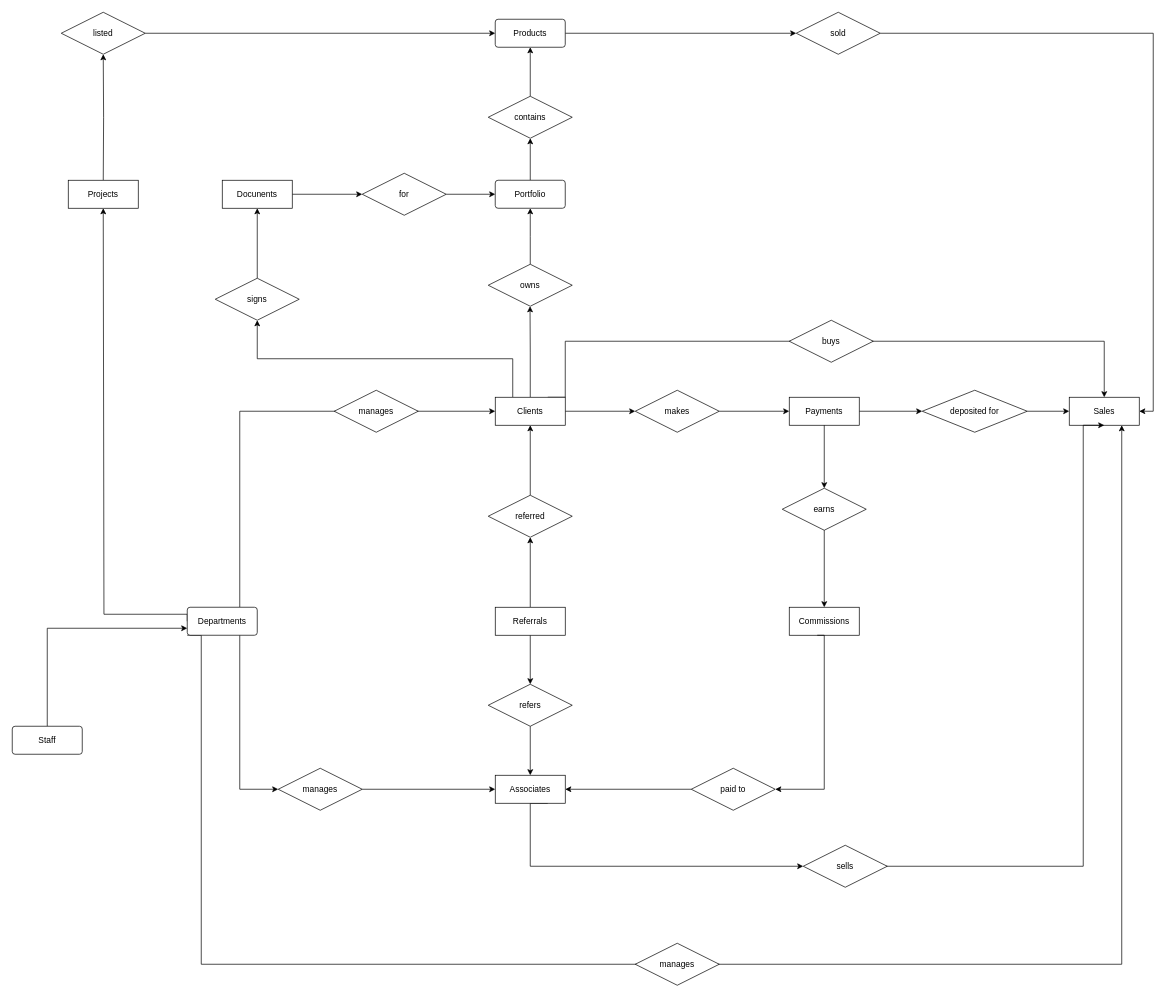
Earlier version of the draw.io diagram Untitled Diagram.drawio (TolulopeBabajide/UOR). Source tidied: cells renumbered, new cells numbered last; positions are measured from the earlier drawing's top-left corner, leaving out a move shared by most shapes. Both pictures are drawn from the tidied source at 70%, with x=0, y=0 at pixel (12, 12).
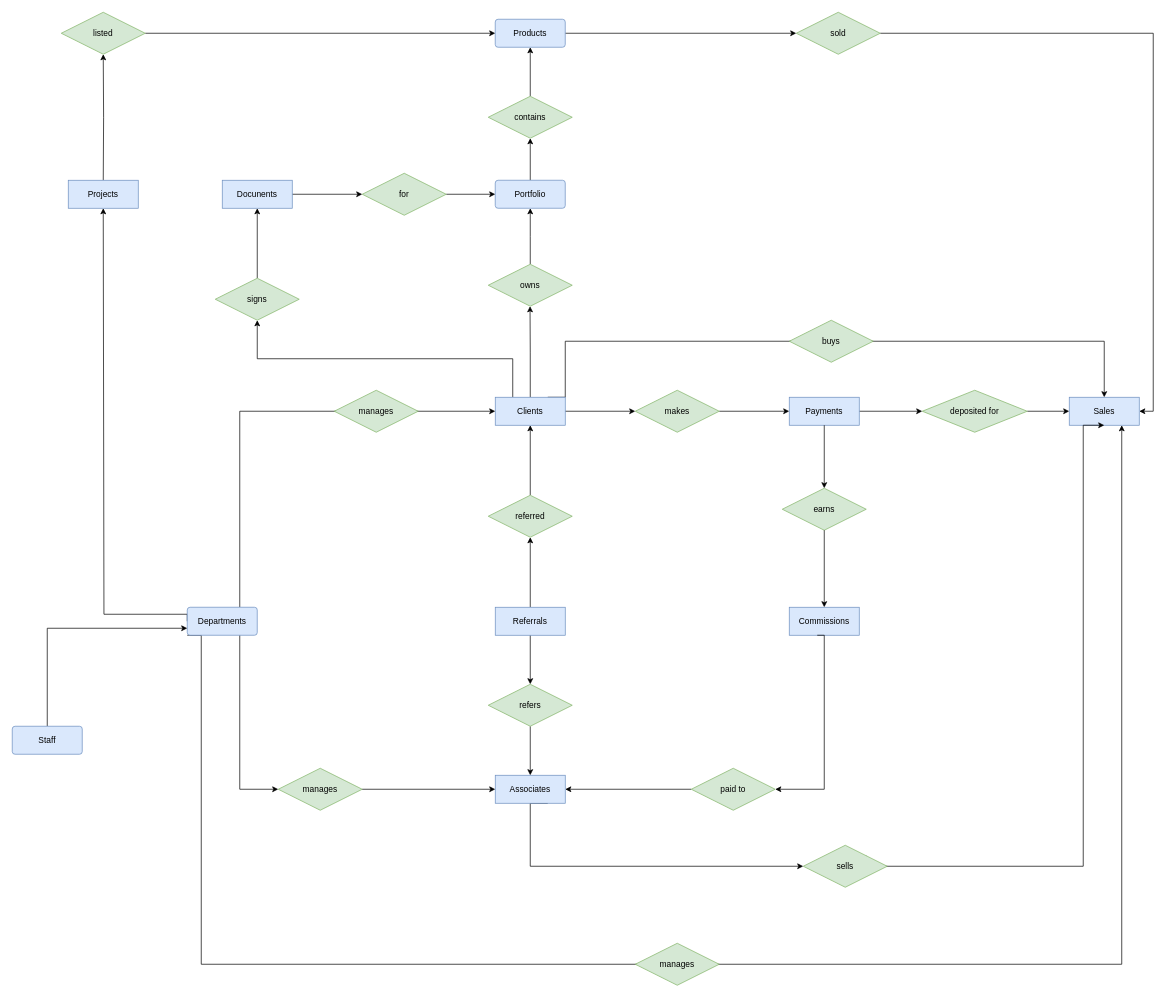
The same diagram, later.

Commit message:
differentiate entities from relationships with color

Diff of the diagram source:
```diff
@@
-    <mxCell id="6" value="Clients" style="whiteSpace=wrap;html=1;align=center;" parent="1" vertex="1">
+    <mxCell id="6" value="Clients" style="whiteSpace=wrap;html=1;align=center;fillColor=#dae8fc;strokeColor=#6c8ebf;" parent="1" vertex="1">
       <mxGeometry x="690" y="550" width="100" height="40" as="geometry" />
     </mxCell>
@@
-    <mxCell id="8" value="makes" style="shape=rhombus;perimeter=rhombusPerimeter;whiteSpace=wrap;html=1;align=center;" parent="1" vertex="1">
+    <mxCell id="8" value="makes" style="shape=rhombus;perimeter=rhombusPerimeter;whiteSpace=wrap;html=1;align=center;fillColor=#d5e8d4;strokeColor=#82b366;" parent="1" vertex="1">
       <mxGeometry x="890" y="540" width="120" height="60" as="geometry" />
     </mxCell>
@@
-    <mxCell id="10" value="Payments" style="whiteSpace=wrap;html=1;align=center;" parent="1" vertex="1">
+    <mxCell id="10" value="Payments" style="whiteSpace=wrap;html=1;align=center;fillColor=#dae8fc;strokeColor=#6c8ebf;" parent="1" vertex="1">
       <mxGeometry x="1110" y="550" width="100" height="40" as="geometry" />
     </mxCell>
@@
-    <mxCell id="12" value="earns" style="shape=rhombus;perimeter=rhombusPerimeter;whiteSpace=wrap;html=1;align=center;" parent="1" vertex="1">
+    <mxCell id="12" value="earns" style="shape=rhombus;perimeter=rhombusPerimeter;whiteSpace=wrap;html=1;align=center;fillColor=#d5e8d4;strokeColor=#82b366;" parent="1" vertex="1">
       <mxGeometry x="1100" y="680" width="120" height="60" as="geometry" />
     </mxCell>
@@
-    <mxCell id="14" value="Commissions" style="whiteSpace=wrap;html=1;align=center;" parent="1" vertex="1">
+    <mxCell id="14" value="Commissions" style="whiteSpace=wrap;html=1;align=center;fillColor=#dae8fc;strokeColor=#6c8ebf;" parent="1" vertex="1">
       <mxGeometry x="1110" y="850" width="100" height="40" as="geometry" />
     </mxCell>
@@
-    <mxCell id="17" value="Referrals" style="whiteSpace=wrap;html=1;align=center;" parent="1" vertex="1">
+    <mxCell id="17" value="Referrals" style="whiteSpace=wrap;html=1;align=center;fillColor=#dae8fc;strokeColor=#6c8ebf;" parent="1" vertex="1">
       <mxGeometry x="690" y="850" width="100" height="40" as="geometry" />
     </mxCell>
@@
-    <mxCell id="19" value="referred" style="shape=rhombus;perimeter=rhombusPerimeter;whiteSpace=wrap;html=1;align=center;" parent="1" vertex="1">
+    <mxCell id="19" value="referred" style="shape=rhombus;perimeter=rhombusPerimeter;whiteSpace=wrap;html=1;align=center;fillColor=#d5e8d4;strokeColor=#82b366;" parent="1" vertex="1">
       <mxGeometry x="680" y="690" width="120" height="60" as="geometry" />
     </mxCell>
@@
-    <mxCell id="21" value="Associates" style="whiteSpace=wrap;html=1;align=center;" parent="1" vertex="1">
+    <mxCell id="21" value="Associates" style="whiteSpace=wrap;html=1;align=center;fillColor=#dae8fc;strokeColor=#6c8ebf;" parent="1" vertex="1">
       <mxGeometry x="690" y="1090" width="100" height="40" as="geometry" />
     </mxCell>
@@
-    <mxCell id="23" value="refers" style="shape=rhombus;perimeter=rhombusPerimeter;whiteSpace=wrap;html=1;align=center;" parent="1" vertex="1">
+    <mxCell id="23" value="refers" style="shape=rhombus;perimeter=rhombusPerimeter;whiteSpace=wrap;html=1;align=center;fillColor=#d5e8d4;strokeColor=#82b366;" parent="1" vertex="1">
       <mxGeometry x="680" y="960" width="120" height="60" as="geometry" />
     </mxCell>
@@
-    <mxCell id="26" value="paid to" style="shape=rhombus;perimeter=rhombusPerimeter;whiteSpace=wrap;html=1;align=center;" parent="1" vertex="1">
+    <mxCell id="26" value="paid to" style="shape=rhombus;perimeter=rhombusPerimeter;whiteSpace=wrap;html=1;align=center;fillColor=#d5e8d4;strokeColor=#82b366;" parent="1" vertex="1">
       <mxGeometry x="970" y="1080" width="120" height="60" as="geometry" />
     </mxCell>
@@
-    <mxCell id="28" value="Sales" style="whiteSpace=wrap;html=1;align=center;" parent="1" vertex="1">
+    <mxCell id="28" value="Sales" style="whiteSpace=wrap;html=1;align=center;fillColor=#dae8fc;strokeColor=#6c8ebf;" parent="1" vertex="1">
       <mxGeometry x="1510" y="550" width="100" height="40" as="geometry" />
     </mxCell>
-    <mxCell id="29" value="buys" style="shape=rhombus;perimeter=rhombusPerimeter;whiteSpace=wrap;html=1;align=center;" parent="1" vertex="1">
+    <mxCell id="29" value="buys" style="shape=rhombus;perimeter=rhombusPerimeter;whiteSpace=wrap;html=1;align=center;fillColor=#d5e8d4;strokeColor=#82b366;" parent="1" vertex="1">
       <mxGeometry x="1110" y="440" width="120" height="60" as="geometry" />
     </mxCell>
@@
-    <mxCell id="31" value="sells" style="shape=rhombus;perimeter=rhombusPerimeter;whiteSpace=wrap;html=1;align=center;" parent="1" vertex="1">
+    <mxCell id="31" value="sells" style="shape=rhombus;perimeter=rhombusPerimeter;whiteSpace=wrap;html=1;align=center;fillColor=#d5e8d4;strokeColor=#82b366;" parent="1" vertex="1">
       <mxGeometry x="1130" y="1190" width="120" height="60" as="geometry" />
     </mxCell>
-    <mxCell id="32" value="deposited for" style="rhombus;whiteSpace=wrap;html=1;" parent="1" vertex="1">
+    <mxCell id="32" value="deposited for" style="rhombus;whiteSpace=wrap;html=1;fillColor=#d5e8d4;strokeColor=#82b366;" parent="1" vertex="1">
       <mxGeometry x="1300" y="540" width="150" height="60" as="geometry" />
     </mxCell>
@@
-    <mxCell id="37" value="Departments" style="rounded=1;arcSize=10;whiteSpace=wrap;html=1;align=center;" parent="1" vertex="1">
+    <mxCell id="37" value="Departments" style="rounded=1;arcSize=10;whiteSpace=wrap;html=1;align=center;fillColor=#dae8fc;strokeColor=#6c8ebf;" parent="1" vertex="1">
       <mxGeometry x="250" y="850" width="100" height="40" as="geometry" />
     </mxCell>
@@
-    <mxCell id="39" value="Products" style="rounded=1;arcSize=10;whiteSpace=wrap;html=1;align=center;" parent="1" vertex="1">
+    <mxCell id="39" value="Products" style="rounded=1;arcSize=10;whiteSpace=wrap;html=1;align=center;fillColor=#dae8fc;strokeColor=#6c8ebf;" parent="1" vertex="1">
       <mxGeometry x="690" y="10" width="100" height="40" as="geometry" />
     </mxCell>
@@
-    <mxCell id="41" value="sold" style="shape=rhombus;perimeter=rhombusPerimeter;whiteSpace=wrap;html=1;align=center;" parent="1" vertex="1">
+    <mxCell id="41" value="sold" style="shape=rhombus;perimeter=rhombusPerimeter;whiteSpace=wrap;html=1;align=center;fillColor=#d5e8d4;strokeColor=#82b366;" parent="1" vertex="1">
       <mxGeometry x="1120" width="120" height="60" as="geometry" />
     </mxCell>
@@
-    <mxCell id="43" value="owns" style="shape=rhombus;perimeter=rhombusPerimeter;whiteSpace=wrap;html=1;align=center;" parent="1" vertex="1">
+    <mxCell id="43" value="owns" style="shape=rhombus;perimeter=rhombusPerimeter;whiteSpace=wrap;html=1;align=center;fillColor=#d5e8d4;strokeColor=#82b366;" parent="1" vertex="1">
       <mxGeometry x="680" y="360" width="120" height="60" as="geometry" />
     </mxCell>
@@
-    <mxCell id="45" value="Portfolio" style="rounded=1;arcSize=10;whiteSpace=wrap;html=1;align=center;" parent="1" vertex="1">
+    <mxCell id="45" value="Portfolio" style="rounded=1;arcSize=10;whiteSpace=wrap;html=1;align=center;fillColor=#dae8fc;strokeColor=#6c8ebf;" parent="1" vertex="1">
       <mxGeometry x="690" y="240" width="100" height="40" as="geometry" />
     </mxCell>
@@
-    <mxCell id="47" value="contains" style="shape=rhombus;perimeter=rhombusPerimeter;whiteSpace=wrap;html=1;align=center;" parent="1" vertex="1">
+    <mxCell id="47" value="contains" style="shape=rhombus;perimeter=rhombusPerimeter;whiteSpace=wrap;html=1;align=center;fillColor=#d5e8d4;strokeColor=#82b366;" parent="1" vertex="1">
       <mxGeometry x="680" y="120" width="120" height="60" as="geometry" />
     </mxCell>
-    <mxCell id="48" value="manages" style="shape=rhombus;perimeter=rhombusPerimeter;whiteSpace=wrap;html=1;align=center;" parent="1" vertex="1">
+    <mxCell id="48" value="manages" style="shape=rhombus;perimeter=rhombusPerimeter;whiteSpace=wrap;html=1;align=center;fillColor=#d5e8d4;strokeColor=#82b366;" parent="1" vertex="1">
       <mxGeometry x="380" y="1080" width="120" height="60" as="geometry" />
     </mxCell>
-    <mxCell id="49" value="manages" style="shape=rhombus;perimeter=rhombusPerimeter;whiteSpace=wrap;html=1;align=center;" parent="1" vertex="1">
+    <mxCell id="49" value="manages" style="shape=rhombus;perimeter=rhombusPerimeter;whiteSpace=wrap;html=1;align=center;fillColor=#d5e8d4;strokeColor=#82b366;" parent="1" vertex="1">
       <mxGeometry x="460" y="540" width="120" height="60" as="geometry" />
     </mxCell>
@@
-    <mxCell id="53" value="listed" style="shape=rhombus;perimeter=rhombusPerimeter;whiteSpace=wrap;html=1;align=center;" parent="1" vertex="1">
+    <mxCell id="53" value="listed" style="shape=rhombus;perimeter=rhombusPerimeter;whiteSpace=wrap;html=1;align=center;fillColor=#d5e8d4;strokeColor=#82b366;" parent="1" vertex="1">
       <mxGeometry x="70" width="120" height="60" as="geometry" />
     </mxCell>
-    <mxCell id="54" value="Projects" style="whiteSpace=wrap;html=1;align=center;" parent="1" vertex="1">
+    <mxCell id="54" value="Projects" style="whiteSpace=wrap;html=1;align=center;fillColor=#dae8fc;strokeColor=#6c8ebf;" parent="1" vertex="1">
       <mxGeometry x="80" y="240" width="100" height="40" as="geometry" />
     </mxCell>
-    <mxCell id="55" value="manages" style="shape=rhombus;perimeter=rhombusPerimeter;whiteSpace=wrap;html=1;align=center;" parent="1" vertex="1">
+    <mxCell id="55" value="manages" style="shape=rhombus;perimeter=rhombusPerimeter;whiteSpace=wrap;html=1;align=center;fillColor=#d5e8d4;strokeColor=#82b366;" parent="1" vertex="1">
       <mxGeometry x="890" y="1330" width="120" height="60" as="geometry" />
     </mxCell>
@@
-    <mxCell id="57" value="Staff" style="rounded=1;arcSize=10;whiteSpace=wrap;html=1;align=center;" parent="1" vertex="1">
+    <mxCell id="57" value="Staff" style="rounded=1;arcSize=10;whiteSpace=wrap;html=1;align=center;fillColor=#dae8fc;strokeColor=#6c8ebf;" parent="1" vertex="1">
       <mxGeometry y="1020" width="100" height="40" as="geometry" />
     </mxCell>
@@
-    <mxCell id="59" value="signs" style="shape=rhombus;perimeter=rhombusPerimeter;whiteSpace=wrap;html=1;align=center;" parent="1" vertex="1">
+    <mxCell id="59" value="signs" style="shape=rhombus;perimeter=rhombusPerimeter;whiteSpace=wrap;html=1;align=center;fillColor=#d5e8d4;strokeColor=#82b366;" parent="1" vertex="1">
       <mxGeometry x="290" y="380" width="120" height="60" as="geometry" />
     </mxCell>
@@
-    <mxCell id="61" value="Docunents" style="whiteSpace=wrap;html=1;align=center;" parent="1" vertex="1">
+    <mxCell id="61" value="Docunents" style="whiteSpace=wrap;html=1;align=center;fillColor=#dae8fc;strokeColor=#6c8ebf;" parent="1" vertex="1">
       <mxGeometry x="300" y="240" width="100" height="40" as="geometry" />
     </mxCell>
@@
-    <mxCell id="63" value="for" style="shape=rhombus;perimeter=rhombusPerimeter;whiteSpace=wrap;html=1;align=center;" parent="1" vertex="1">
+    <mxCell id="63" value="for" style="shape=rhombus;perimeter=rhombusPerimeter;whiteSpace=wrap;html=1;align=center;fillColor=#d5e8d4;strokeColor=#82b366;" parent="1" vertex="1">
       <mxGeometry x="500" y="230" width="120" height="60" as="geometry" />
     </mxCell>
```
